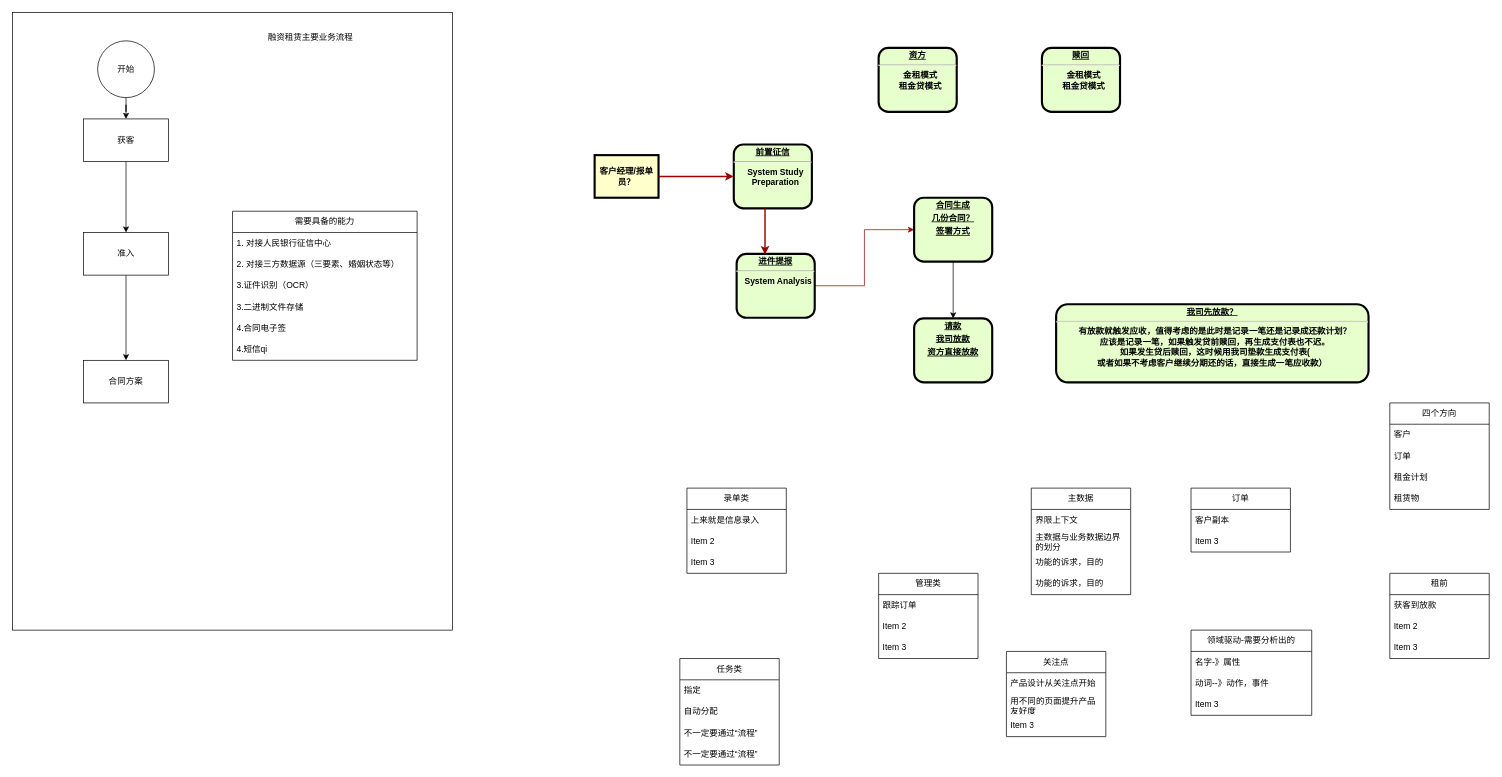
XiongZen/QJReconstitution keeps this draw.io diagram as QJ主营业务流程.drawio. Above is the earlier version. Source tidied: cells renumbered, new cells numbered last; positions are measured from the earlier drawing's top-left corner, leaving out a move shared by most shapes. Both pictures are drawn from the tidied source at 71%, with x=0, y=0 at pixel (12, 12).
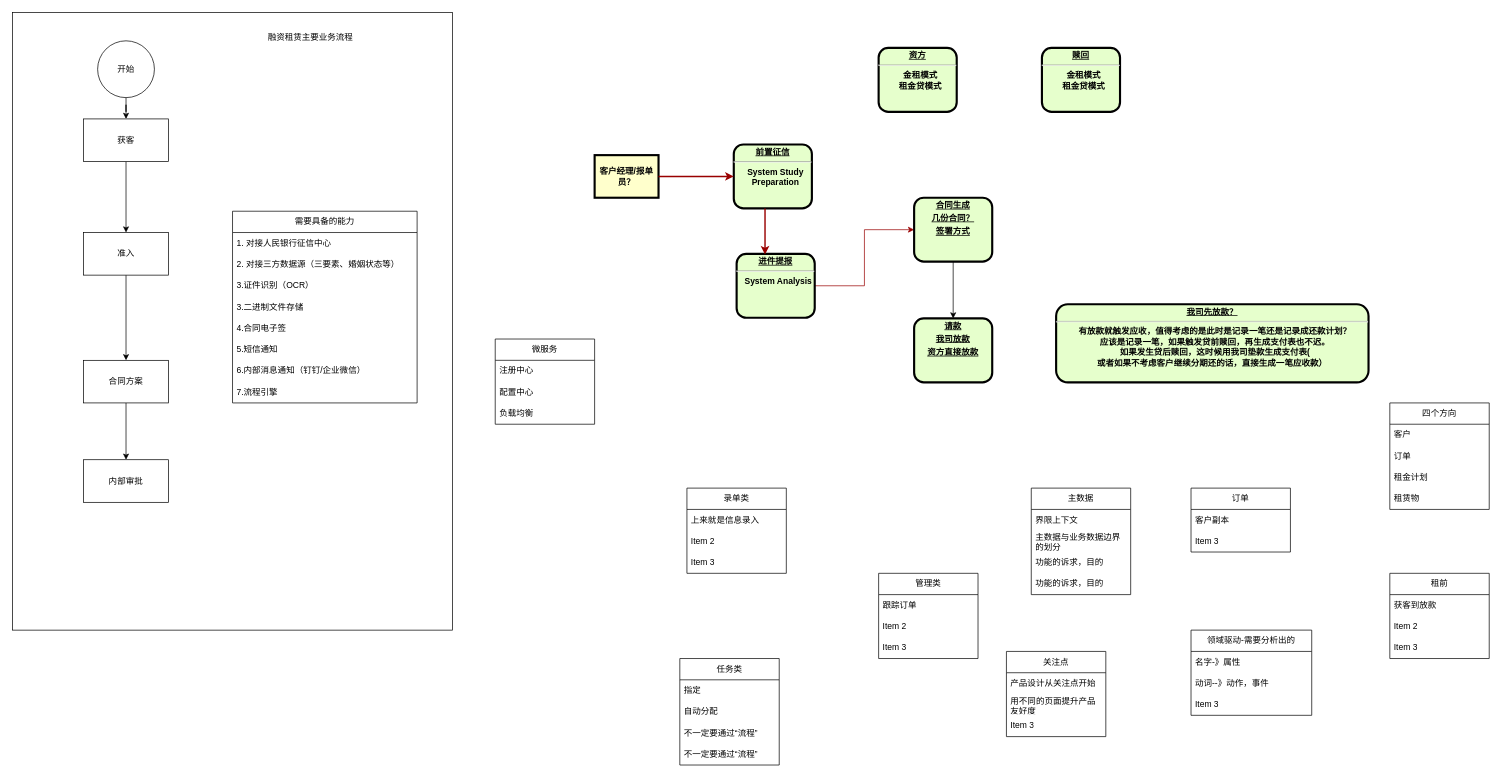
After the change.

Commit message:
Update QJ主营业务流程.drawio

The change refers to these unchanged cells:
```xml
<mxCell id="60" value="合同方案" style="whiteSpace=wrap;html=1;" parent="1" vertex="1">
  <mxGeometry x="100" y="490" width="120" height="60" as="geometry" />
</mxCell>
```

The edit, as a diff of the source:
```diff
@@
+    <mxCell id="68" style="edgeStyle=orthogonalEdgeStyle;rounded=0;jettySize=auto;html=1;" parent="1" edge="1" source="60" target="71">
+      <mxGeometry relative="1" as="geometry" />
+    </mxCell>
@@
     <mxCell id="61" value="需要具备的能力" style="swimlane;fontStyle=0;horizontal=1;startSize=30;whiteSpace=wrap;html=1;" parent="1" vertex="1">
-      <mxGeometry x="310" y="280" width="260" height="210" as="geometry" />
+      <mxGeometry x="310" y="280" width="260" height="270" as="geometry" />
     </mxCell>
@@
-    <mxCell id="67" value="4.短信qi" style="text;strokeColor=none;fillColor=none;align=left;verticalAlign=middle;spacingLeft=4;spacingRight=4;overflow=hidden;whiteSpace=wrap;html=1;" parent="61" vertex="1">
+    <mxCell id="67" value="5.短信通知" style="text;strokeColor=none;fillColor=none;align=left;verticalAlign=middle;spacingLeft=4;spacingRight=4;overflow=hidden;whiteSpace=wrap;html=1;" parent="61" vertex="1">
       <mxGeometry y="180" width="260" height="30" as="geometry" />
     </mxCell>
+    <mxCell id="69" value="6.内部消息通知（钉钉/企业微信）" style="text;strokeColor=none;fillColor=none;align=left;verticalAlign=middle;spacingLeft=4;spacingRight=4;overflow=hidden;whiteSpace=wrap;html=1;" parent="61" vertex="1">
+      <mxGeometry y="210" width="260" height="30" as="geometry" />
+    </mxCell>
+    <mxCell id="70" value="7.流程引擎" style="text;strokeColor=none;fillColor=none;align=left;verticalAlign=middle;spacingLeft=4;spacingRight=4;overflow=hidden;whiteSpace=wrap;html=1;" parent="61" vertex="1">
+      <mxGeometry y="240" width="260" height="30" as="geometry" />
+    </mxCell>
+    <mxCell id="71" value="内部审批" style="whiteSpace=wrap;html=1;" parent="1" vertex="1">
+      <mxGeometry x="100" y="630" width="120" height="60" as="geometry" />
+    </mxCell>
+    <mxCell id="72" value="微服务" style="swimlane;fontStyle=0;horizontal=1;startSize=30;whiteSpace=wrap;html=1;" parent="1" vertex="1">
+      <mxGeometry x="680" y="460" width="140" height="120" as="geometry" />
+    </mxCell>
+    <mxCell id="73" value="注册中心" style="text;strokeColor=none;fillColor=none;align=left;verticalAlign=middle;spacingLeft=4;spacingRight=4;overflow=hidden;whiteSpace=wrap;html=1;" parent="72" vertex="1">
+      <mxGeometry y="30" width="140" height="30" as="geometry" />
+    </mxCell>
+    <mxCell id="74" value="配置中心" style="text;strokeColor=none;fillColor=none;align=left;verticalAlign=middle;spacingLeft=4;spacingRight=4;overflow=hidden;whiteSpace=wrap;html=1;" parent="72" vertex="1">
+      <mxGeometry y="60" width="140" height="30" as="geometry" />
+    </mxCell>
+    <mxCell id="75" value="负载均衡" style="text;strokeColor=none;fillColor=none;align=left;verticalAlign=middle;spacingLeft=4;spacingRight=4;overflow=hidden;whiteSpace=wrap;html=1;" parent="72" vertex="1">
+      <mxGeometry y="90" width="140" height="30" as="geometry" />
+    </mxCell>
```
